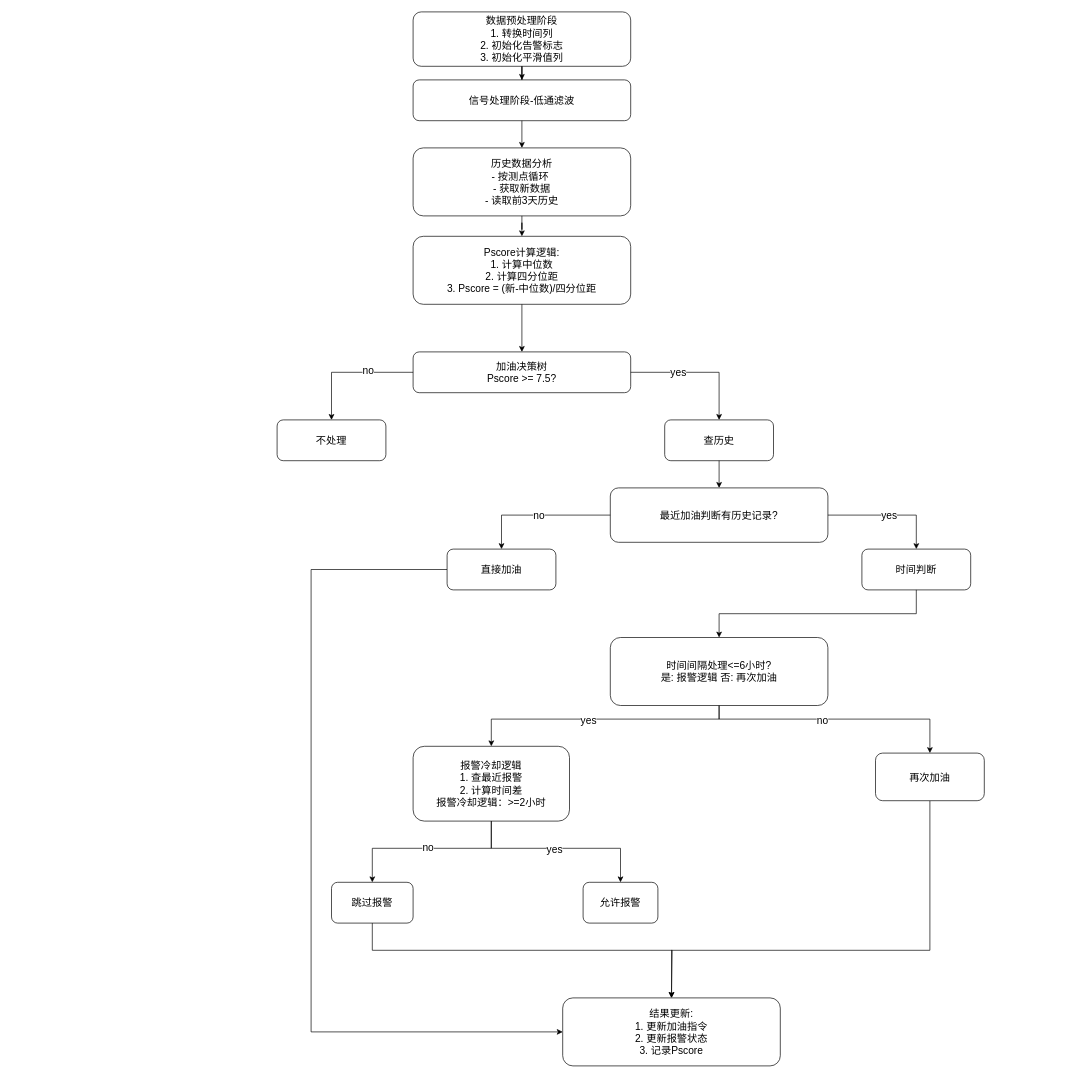
729973389/picture keeps this draw.io diagram as pscore_fuel_decision.drawio. Above is the earlier version. Source tidied: cells renumbered, new cells numbered last; positions are measured from the earlier drawing's top-left corner, leaving out a move shared by most shapes. Both pictures are drawn from the tidied source at 68%, with x=0, y=0 at pixel (277, 12).
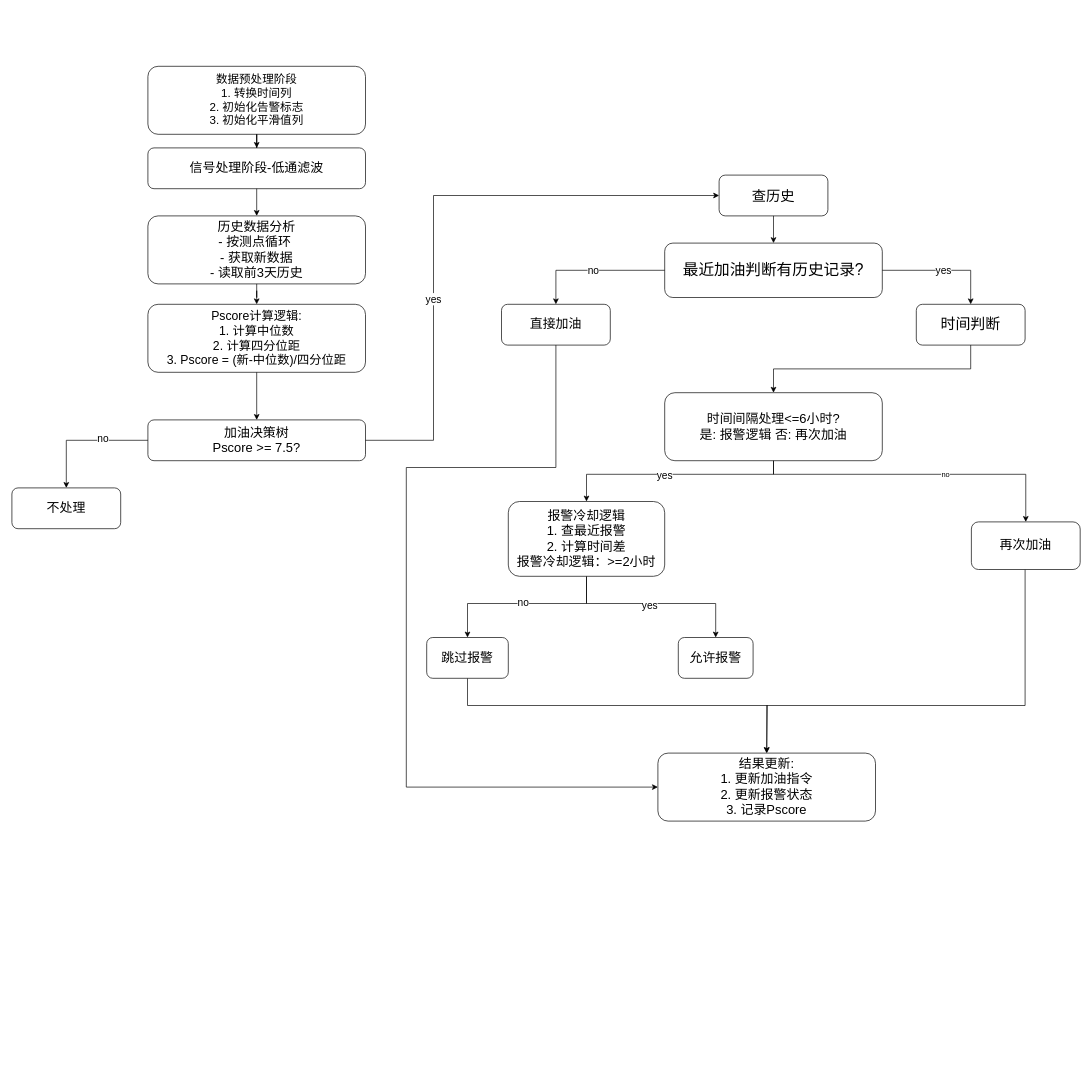
The same page after the edit.

Change to the diagram source:
```diff
@@
-    <mxCell id="2" value="数据预处理阶段&lt;div&gt;1. 转换时间列&lt;/div&gt;&lt;div&gt;2. 初始化告警标志&lt;/div&gt;&lt;div&gt;3. 初始化平滑值列&lt;/div&gt;" style="rounded=1;whiteSpace=wrap;html=1;strokeColor=#000000;fillColor=#FFFFFF;fontSize=15;" parent="1" vertex="1">
-      <mxGeometry x="200" width="320" height="80" as="geometry" />
+    <mxCell id="2" value="数据预处理阶段&lt;div&gt;1. 转换时间列&lt;/div&gt;&lt;div&gt;2. 初始化告警标志&lt;/div&gt;&lt;div&gt;3. 初始化平滑值列&lt;/div&gt;" style="rounded=1;whiteSpace=wrap;html=1;strokeColor=#000000;fillColor=#FFFFFF;fontSize=17;arcSize=15;" parent="1" vertex="1">
+      <mxGeometry x="-190" y="80" width="320" height="100" as="geometry" />
     </mxCell>
-    <mxCell id="3" value="信号处理阶段-低通滤波" style="rounded=1;whiteSpace=wrap;html=1;strokeColor=#000000;fillColor=#FFFFFF;fontSize=15;" parent="1" vertex="1">
-      <mxGeometry x="200" y="100" width="320" height="60" as="geometry" />
+    <mxCell id="3" value="信号处理阶段-低通滤波" style="rounded=1;whiteSpace=wrap;html=1;strokeColor=#000000;fillColor=#FFFFFF;fontSize=19;arcSize=15;" parent="1" vertex="1">
+      <mxGeometry x="-190" y="200" width="320" height="60" as="geometry" />
     </mxCell>
-    <mxCell id="4" value="历史数据分析&lt;div&gt;- 按测点循环&amp;nbsp;&lt;/div&gt;&lt;div&gt;- 获取新数据&lt;/div&gt;&lt;div&gt;- 读取前3天历史&lt;/div&gt;" style="rounded=1;whiteSpace=wrap;html=1;strokeColor=#000000;fillColor=#FFFFFF;fontSize=15;" parent="1" vertex="1">
-      <mxGeometry x="200" y="200" width="320" height="100" as="geometry" />
+    <mxCell id="4" value="历史数据分析&lt;div&gt;- 按测点循环&amp;nbsp;&lt;/div&gt;&lt;div&gt;- 获取新数据&lt;/div&gt;&lt;div&gt;- 读取前3天历史&lt;/div&gt;" style="rounded=1;whiteSpace=wrap;html=1;strokeColor=#000000;fillColor=#FFFFFF;fontSize=19;arcSize=15;" parent="1" vertex="1">
+      <mxGeometry x="-190" y="300" width="320" height="100" as="geometry" />
     </mxCell>
-    <mxCell id="5" value="Pscore计算逻辑:&lt;div&gt;1. 计算中位数&lt;/div&gt;&lt;div&gt;2. 计算四分位距&lt;/div&gt;&lt;div&gt;3. Pscore = (新-中位数)/四分位距&lt;/div&gt;" style="rounded=1;whiteSpace=wrap;html=1;strokeColor=#000000;fillColor=#FFFFFF;fontSize=15;" parent="1" vertex="1">
-      <mxGeometry x="200" y="330" width="320" height="100" as="geometry" />
+    <mxCell id="5" value="Pscore计算逻辑:&lt;div&gt;1. 计算中位数&lt;/div&gt;&lt;div&gt;2. 计算四分位距&lt;/div&gt;&lt;div&gt;3. Pscore = (新-中位数)/四分位距&lt;/div&gt;" style="rounded=1;whiteSpace=wrap;html=1;strokeColor=#000000;fillColor=#FFFFFF;fontSize=18;arcSize=15;" parent="1" vertex="1">
+      <mxGeometry x="-190" y="430" width="320" height="100" as="geometry" />
     </mxCell>
-    <mxCell id="6" value="加油决策树&lt;div&gt;Pscore &amp;gt;= 7.5?&lt;/div&gt;" style="rounded=1;whiteSpace=wrap;html=1;strokeColor=#000000;fillColor=#FFFFFF;fontSize=15;" parent="1" vertex="1">
-      <mxGeometry x="200" y="500" width="320" height="60" as="geometry" />
+    <mxCell id="6" value="加油决策树&lt;div&gt;Pscore &amp;gt;= 7.5?&lt;/div&gt;" style="rounded=1;whiteSpace=wrap;html=1;strokeColor=#000000;fillColor=#FFFFFF;fontSize=19;arcSize=15;" parent="1" vertex="1">
+      <mxGeometry x="-190" y="600" width="320" height="60" as="geometry" />
     </mxCell>
-    <mxCell id="7" value="不处理" style="rounded=1;whiteSpace=wrap;html=1;strokeColor=#000000;fillColor=#FFFFFF;fontSize=15;" parent="1" vertex="1">
-      <mxGeometry y="600" width="160" height="60" as="geometry" />
+    <mxCell id="7" value="不处理" style="rounded=1;whiteSpace=wrap;html=1;strokeColor=#000000;fillColor=#FFFFFF;fontSize=19;arcSize=15;" parent="1" vertex="1">
+      <mxGeometry x="-390" y="700" width="160" height="60" as="geometry" />
     </mxCell>
-    <mxCell id="8" value="查历史" style="rounded=1;whiteSpace=wrap;html=1;strokeColor=#000000;fillColor=#FFFFFF;fontSize=15;" parent="1" vertex="1">
-      <mxGeometry x="570" y="600" width="160" height="60" as="geometry" />
+    <mxCell id="8" value="查历史" style="rounded=1;whiteSpace=wrap;html=1;strokeColor=#000000;fillColor=#FFFFFF;fontSize=21;arcSize=15;" parent="1" vertex="1">
+      <mxGeometry x="650" y="240" width="160" height="60" as="geometry" />
     </mxCell>
-    <mxCell id="9" value="最近加油判断有历史记录?" style="rounded=1;whiteSpace=wrap;html=1;strokeColor=#000000;fillColor=#FFFFFF;fontSize=15;" parent="1" vertex="1">
-      <mxGeometry x="490" y="700" width="320" height="80" as="geometry" />
+    <mxCell id="9" value="最近加油判断有历史记录?" style="rounded=1;whiteSpace=wrap;html=1;strokeColor=#000000;fillColor=#FFFFFF;fontSize=23;arcSize=15;" parent="1" vertex="1">
+      <mxGeometry x="570" y="340" width="320" height="80" as="geometry" />
     </mxCell>
-    <mxCell id="10" style="edgeStyle=orthogonalEdgeStyle;rounded=0;jettySize=auto;html=1;entryX=0;entryY=0.5;entryDx=0;entryDy=0;" parent="1" edge="1" source="11" target="21">
+    <mxCell id="10" style="edgeStyle=orthogonalEdgeStyle;rounded=0;jettySize=auto;html=1;entryX=0;entryY=0.5;entryDx=0;entryDy=0;arcSize=15;" parent="1" edge="1" source="11" target="21">
       <mxGeometry relative="1" as="geometry">
         <Array as="points">
-          <mxPoint x="50" y="820" />
-          <mxPoint x="50" y="1500" />
+          <mxPoint x="410" y="670" />
+          <mxPoint x="190" y="670" />
+          <mxPoint x="190" y="1140" />
         </Array>
       </mxGeometry>
     </mxCell>
-    <mxCell id="11" value="直接加油" style="rounded=1;whiteSpace=wrap;html=1;strokeColor=#000000;fillColor=#FFFFFF;fontSize=15;" parent="1" vertex="1">
-      <mxGeometry x="250" y="790" width="160" height="60" as="geometry" />
+    <mxCell id="11" value="直接加油" style="rounded=1;whiteSpace=wrap;html=1;strokeColor=#000000;fillColor=#FFFFFF;fontSize=19;arcSize=15;" parent="1" vertex="1">
+      <mxGeometry x="330" y="430" width="160" height="60" as="geometry" />
     </mxCell>
-    <mxCell id="12" value="时间判断" style="rounded=1;whiteSpace=wrap;html=1;strokeColor=#000000;fillColor=#FFFFFF;fontSize=15;" parent="1" vertex="1">
-      <mxGeometry x="860" y="790" width="160" height="60" as="geometry" />
+    <mxCell id="12" value="时间判断" style="rounded=1;whiteSpace=wrap;html=1;strokeColor=#000000;fillColor=#FFFFFF;fontSize=22;arcSize=15;" parent="1" vertex="1">
+      <mxGeometry x="940" y="430" width="160" height="60" as="geometry" />
     </mxCell>
     <mxCell id="13" style="edgeStyle=orthogonalEdgeStyle;rounded=0;jettySize=auto;html=1;entryX=0.5;entryY=0;entryDx=0;entryDy=0;" parent="1" edge="1" source="15" target="36">
       <mxGeometry relative="1" as="geometry">
         <Array as="points">
-          <mxPoint x="650" y="1040" />
-          <mxPoint x="960" y="1040" />
+          <mxPoint x="730" y="680" />
+          <mxPoint x="1101" y="680" />
         </Array>
       </mxGeometry>
     </mxCell>
-    <mxCell id="14" value="no" style="edgeLabel;html=1;align=center;verticalAlign=middle;fontSize=15;" parent="13" vertex="1">
-      <mxGeometry x="-0.1" y="-1" relative="1" as="geometry" />
+    <mxCell id="14" value="no" style="edgeLabel;html=1;align=center;verticalAlign=middle;" parent="13" vertex="1">
+      <mxGeometry x="0.18" relative="1" as="geometry" />
     </mxCell>
-    <mxCell id="15" value="时间间隔处理&amp;lt;=6小时?&lt;div&gt;是: 报警逻辑   否: 再次加油&lt;/div&gt;" style="rounded=1;whiteSpace=wrap;html=1;strokeColor=#000000;fillColor=#FFFFFF;fontSize=15;" parent="1" vertex="1">
-      <mxGeometry x="490" y="920" width="320" height="100" as="geometry" />
+    <mxCell id="15" value="时间间隔处理&amp;lt;=6小时?&lt;div&gt;是: 报警逻辑   否: 再次加油&lt;/div&gt;" style="rounded=1;whiteSpace=wrap;html=1;strokeColor=#000000;fillColor=#FFFFFF;fontSize=19;arcSize=15;" parent="1" vertex="1">
+      <mxGeometry x="570" y="560" width="320" height="100" as="geometry" />
     </mxCell>
-    <mxCell id="16" style="edgeStyle=orthogonalEdgeStyle;rounded=0;jettySize=auto;html=1;entryX=0.5;entryY=0;entryDx=0;entryDy=0;" parent="1" edge="1" source="20" target="38">
+    <mxCell id="16" style="edgeStyle=orthogonalEdgeStyle;rounded=0;jettySize=auto;html=1;entryX=0.5;entryY=0;entryDx=0;entryDy=0;arcSize=15;" parent="1" edge="1" source="20" target="38">
       <mxGeometry relative="1" as="geometry">
         <Array as="points">
-          <mxPoint x="315" y="1230" />
-          <mxPoint x="140" y="1230" />
+          <mxPoint x="455" y="870" />
+          <mxPoint x="280" y="870" />
         </Array>
       </mxGeometry>
     </mxCell>
-    <mxCell id="17" value="no" style="edgeLabel;html=1;align=center;verticalAlign=middle;fontSize=15;" parent="16" vertex="1">
+    <mxCell id="17" value="no" style="edgeLabel;html=1;align=center;verticalAlign=middle;fontSize=15;arcSize=15;" parent="16" vertex="1">
       <mxGeometry x="0.01" y="-3" relative="1" as="geometry" />
     </mxCell>
-    <mxCell id="18" style="edgeStyle=orthogonalEdgeStyle;rounded=0;jettySize=auto;html=1;entryX=0.5;entryY=0;entryDx=0;entryDy=0;" parent="1" edge="1" source="20" target="39">
+    <mxCell id="18" style="edgeStyle=orthogonalEdgeStyle;rounded=0;jettySize=auto;html=1;entryX=0.5;entryY=0;entryDx=0;entryDy=0;arcSize=15;" parent="1" edge="1" source="20" target="39">
       <mxGeometry relative="1" as="geometry">
         <Array as="points">
-          <mxPoint x="315" y="1230" />
-          <mxPoint x="505" y="1230" />
+          <mxPoint x="455" y="870" />
+          <mxPoint x="645" y="870" />
         </Array>
       </mxGeometry>
     </mxCell>
-    <mxCell id="19" value="yes" style="edgeLabel;html=1;align=center;verticalAlign=middle;fontSize=15;" parent="18" vertex="1">
+    <mxCell id="19" value="yes" style="edgeLabel;html=1;align=center;verticalAlign=middle;fontSize=15;arcSize=15;" parent="18" vertex="1">
       <mxGeometry x="-0.06" y="-1" relative="1" as="geometry" />
     </mxCell>
-    <mxCell id="20" value="报警冷却逻辑&lt;div&gt;1. 查最近报警&lt;/div&gt;&lt;div&gt;2. 计算时间差&lt;/div&gt;&lt;div&gt;报警冷却逻辑：&lt;span style=&quot;background-color: transparent; color: light-dark(rgb(0, 0, 0), rgb(255, 255, 255));&quot;&gt;&amp;gt;=2小时&lt;/span&gt;&lt;/div&gt;" style="rounded=1;whiteSpace=wrap;html=1;strokeColor=#000000;fillColor=#FFFFFF;fontSize=15;" parent="1" vertex="1">
-      <mxGeometry x="200" y="1080" width="230" height="110" as="geometry" />
+    <mxCell id="20" value="报警冷却逻辑&lt;div&gt;1. 查最近报警&lt;/div&gt;&lt;div&gt;2. 计算时间差&lt;/div&gt;&lt;div&gt;报警冷却逻辑：&lt;span style=&quot;background-color: transparent; color: light-dark(rgb(0, 0, 0), rgb(255, 255, 255));&quot;&gt;&amp;gt;=2小时&lt;/span&gt;&lt;/div&gt;" style="rounded=1;whiteSpace=wrap;html=1;strokeColor=#000000;fillColor=#FFFFFF;fontSize=19;arcSize=15;" parent="1" vertex="1">
+      <mxGeometry x="340" y="720" width="230" height="110" as="geometry" />
     </mxCell>
-    <mxCell id="21" value="结果更新:&lt;div&gt;1. 更新加油指令&lt;div&gt;2. 更新报警状态&lt;/div&gt;&lt;div&gt;3. 记录Pscore&lt;/div&gt;&lt;/div&gt;" style="rounded=1;whiteSpace=wrap;html=1;strokeColor=#000000;fillColor=#FFFFFF;fontSize=15;" parent="1" vertex="1">
-      <mxGeometry x="420" y="1450" width="320" height="100" as="geometry" />
+    <mxCell id="21" value="结果更新:&lt;div&gt;1. 更新加油指令&lt;div&gt;2. 更新报警状态&lt;/div&gt;&lt;div&gt;3. 记录Pscore&lt;/div&gt;&lt;/div&gt;" style="rounded=1;whiteSpace=wrap;html=1;strokeColor=#000000;fillColor=#FFFFFF;fontSize=19;arcSize=15;" parent="1" vertex="1">
+      <mxGeometry x="560" y="1090" width="320" height="100" as="geometry" />
     </mxCell>
-    <mxCell id="22" style="edgeStyle=orthogonalEdgeStyle;rounded=0;jettySize=auto;html=1;fontSize=15;" parent="1" edge="1" source="2" target="3">
+    <mxCell id="22" style="edgeStyle=orthogonalEdgeStyle;rounded=0;jettySize=auto;html=1;fontSize=15;arcSize=15;" parent="1" edge="1" source="2" target="3">
       <mxGeometry relative="1" as="geometry" />
     </mxCell>
-    <mxCell id="23" style="edgeStyle=orthogonalEdgeStyle;rounded=0;jettySize=auto;html=1;fontSize=15;" parent="1" edge="1" source="3" target="4">
+    <mxCell id="23" style="edgeStyle=orthogonalEdgeStyle;rounded=0;jettySize=auto;html=1;fontSize=15;arcSize=15;" parent="1" edge="1" source="3" target="4">
       <mxGeometry relative="1" as="geometry" />
     </mxCell>
-    <mxCell id="24" style="edgeStyle=orthogonalEdgeStyle;rounded=0;jettySize=auto;html=1;fontSize=15;" parent="1" edge="1" source="4" target="5">
+    <mxCell id="24" style="edgeStyle=orthogonalEdgeStyle;rounded=0;jettySize=auto;html=1;fontSize=15;arcSize=15;" parent="1" edge="1" source="4" target="5">
       <mxGeometry relative="1" as="geometry" />
     </mxCell>
-    <mxCell id="25" style="edgeStyle=orthogonalEdgeStyle;rounded=0;jettySize=auto;html=1;fontSize=15;" parent="1" edge="1" source="5" target="6">
+    <mxCell id="25" style="edgeStyle=orthogonalEdgeStyle;rounded=0;jettySize=auto;html=1;fontSize=15;arcSize=15;" parent="1" edge="1" source="5" target="6">
       <mxGeometry relative="1" as="geometry" />
     </mxCell>
-    <mxCell id="26" style="edgeStyle=orthogonalEdgeStyle;rounded=0;jettySize=auto;html=1;fontSize=15;" parent="1" edge="1" source="6" target="7">
+    <mxCell id="26" style="edgeStyle=orthogonalEdgeStyle;rounded=0;jettySize=auto;html=1;fontSize=15;arcSize=15;" parent="1" edge="1" source="6" target="7">
       <mxGeometry relative="1" as="geometry" />
     </mxCell>
-    <mxCell id="27" value="no" style="edgeLabel;html=1;align=center;verticalAlign=middle;fontSize=15;" parent="26" vertex="1">
+    <mxCell id="27" value="no" style="edgeLabel;html=1;align=center;verticalAlign=middle;fontSize=15;arcSize=15;" parent="26" vertex="1">
       <mxGeometry x="-0.29" y="-4" relative="1" as="geometry" />
     </mxCell>
-    <mxCell id="28" value="yes" style="edgeStyle=orthogonalEdgeStyle;rounded=0;jettySize=auto;html=1;exitX=1;exitY=0.5;exitDx=0;exitDy=0;fontSize=15;" parent="1" edge="1" source="6" target="8">
-      <mxGeometry x="-0.3" relative="1" as="geometry" />
+    <mxCell id="28" value="yes" style="edgeStyle=orthogonalEdgeStyle;rounded=0;jettySize=auto;html=1;exitX=1;exitY=0.5;exitDx=0;exitDy=0;fontSize=15;arcSize=15;" parent="1" edge="1" source="6" target="8">
+      <mxGeometry x="-0.3" relative="1" as="geometry">
+        <Array as="points">
+          <mxPoint x="230" y="630" />
+          <mxPoint x="230" y="270" />
+        </Array>
+      </mxGeometry>
     </mxCell>
-    <mxCell id="29" style="edgeStyle=orthogonalEdgeStyle;rounded=0;jettySize=auto;html=1;fontSize=15;" parent="1" edge="1" source="8" target="9">
+    <mxCell id="29" style="edgeStyle=orthogonalEdgeStyle;rounded=0;jettySize=auto;html=1;fontSize=15;arcSize=15;" parent="1" edge="1" source="8" target="9">
       <mxGeometry relative="1" as="geometry" />
     </mxCell>
-    <mxCell id="30" value="&lt;font&gt;no&lt;/font&gt;" style="edgeStyle=orthogonalEdgeStyle;rounded=0;jettySize=auto;html=1;fontSize=15;" parent="1" edge="1" source="9" target="11">
+    <mxCell id="30" value="&lt;font&gt;no&lt;/font&gt;" style="edgeStyle=orthogonalEdgeStyle;rounded=0;jettySize=auto;html=1;fontSize=15;arcSize=15;" parent="1" edge="1" source="9" target="11">
       <mxGeometry relative="1" as="geometry" />
     </mxCell>
-    <mxCell id="31" value="&lt;font&gt;yes&lt;/font&gt;" style="edgeStyle=orthogonalEdgeStyle;rounded=0;jettySize=auto;html=1;fontSize=15;" parent="1" edge="1" source="9" target="12">
+    <mxCell id="31" value="&lt;font&gt;yes&lt;/font&gt;" style="edgeStyle=orthogonalEdgeStyle;rounded=0;jettySize=auto;html=1;fontSize=15;arcSize=15;" parent="1" edge="1" source="9" target="12">
       <mxGeometry relative="1" as="geometry" />
     </mxCell>
-    <mxCell id="32" style="edgeStyle=orthogonalEdgeStyle;rounded=0;jettySize=auto;html=1;exitX=0.5;exitY=1;exitDx=0;exitDy=0;fontSize=15;" parent="1" edge="1" source="12" target="15">
+    <mxCell id="32" style="edgeStyle=orthogonalEdgeStyle;rounded=0;jettySize=auto;html=1;exitX=0.5;exitY=1;exitDx=0;exitDy=0;fontSize=15;arcSize=15;" parent="1" edge="1" source="12" target="15">
       <mxGeometry relative="1" as="geometry" />
     </mxCell>
-    <mxCell id="33" style="edgeStyle=orthogonalEdgeStyle;rounded=0;jettySize=auto;html=1;fontSize=15;" parent="1" edge="1" source="15" target="20">
+    <mxCell id="33" style="edgeStyle=orthogonalEdgeStyle;rounded=0;jettySize=auto;html=1;fontSize=15;arcSize=15;" parent="1" edge="1" source="15" target="20">
       <mxGeometry relative="1" as="geometry">
         <Array as="points">
-          <mxPoint x="650" y="1040" />
-          <mxPoint x="315" y="1040" />
+          <mxPoint x="730" y="680" />
+          <mxPoint x="455" y="680" />
         </Array>
       </mxGeometry>
     </mxCell>
-    <mxCell id="34" value="yes" style="edgeLabel;html=1;align=center;verticalAlign=middle;fontSize=15;" parent="33" vertex="1">
+    <mxCell id="34" value="yes" style="edgeLabel;html=1;align=center;verticalAlign=middle;fontSize=15;arcSize=15;" parent="33" vertex="1">
       <mxGeometry x="0.08" y="1" relative="1" as="geometry" />
     </mxCell>
-    <mxCell id="35" style="edgeStyle=orthogonalEdgeStyle;rounded=0;jettySize=auto;html=1;entryX=0.5;entryY=0;entryDx=0;entryDy=0;" parent="1" edge="1" source="36" target="21">
+    <mxCell id="35" style="edgeStyle=orthogonalEdgeStyle;rounded=0;jettySize=auto;html=1;entryX=0.5;entryY=0;entryDx=0;entryDy=0;arcSize=15;" parent="1" edge="1" source="36" target="21">
       <mxGeometry relative="1" as="geometry">
         <Array as="points">
-          <mxPoint x="960" y="1380" />
-          <mxPoint x="580" y="1380" />
+          <mxPoint x="1100" y="1020" />
+          <mxPoint x="720" y="1020" />
         </Array>
       </mxGeometry>
     </mxCell>
-    <mxCell id="36" value="再次加油" style="rounded=1;whiteSpace=wrap;html=1;strokeColor=#000000;fillColor=#FFFFFF;fontSize=15;" parent="1" vertex="1">
-      <mxGeometry x="880" y="1090" width="160" height="70" as="geometry" />
+    <mxCell id="36" value="再次加油" style="rounded=1;whiteSpace=wrap;html=1;strokeColor=#000000;fillColor=#FFFFFF;fontSize=19;arcSize=15;" parent="1" vertex="1">
+      <mxGeometry x="1021" y="750" width="160" height="70" as="geometry" />
     </mxCell>
-    <mxCell id="37" style="edgeStyle=orthogonalEdgeStyle;rounded=0;jettySize=auto;html=1;" parent="1" edge="1" source="38">
+    <mxCell id="37" style="edgeStyle=orthogonalEdgeStyle;rounded=0;jettySize=auto;html=1;arcSize=15;" parent="1" edge="1" source="38">
       <mxGeometry relative="1" as="geometry">
-        <mxPoint x="580" y="1450" as="targetPoint" />
+        <mxPoint x="720" y="1090" as="targetPoint" />
         <Array as="points">
-          <mxPoint x="140" y="1380" />
-          <mxPoint x="581" y="1380" />
+          <mxPoint x="280" y="1020" />
+          <mxPoint x="721" y="1020" />
         </Array>
       </mxGeometry>
     </mxCell>
-    <mxCell id="38" value="跳过报警" style="rounded=1;whiteSpace=wrap;html=1;strokeColor=#000000;fillColor=#FFFFFF;fontSize=15;" parent="1" vertex="1">
-      <mxGeometry x="80" y="1280" width="120" height="60" as="geometry" />
+    <mxCell id="38" value="跳过报警" style="rounded=1;whiteSpace=wrap;html=1;strokeColor=#000000;fillColor=#FFFFFF;fontSize=19;arcSize=15;" parent="1" vertex="1">
+      <mxGeometry x="220" y="920" width="120" height="60" as="geometry" />
     </mxCell>
-    <mxCell id="39" value="允许报警" style="rounded=1;whiteSpace=wrap;html=1;strokeColor=#000000;fillColor=#FFFFFF;fontSize=15;" parent="1" vertex="1">
-      <mxGeometry x="450" y="1280" width="110" height="60" as="geometry" />
+    <mxCell id="39" value="允许报警" style="rounded=1;whiteSpace=wrap;html=1;strokeColor=#000000;fillColor=#FFFFFF;fontSize=19;arcSize=15;" parent="1" vertex="1">
+      <mxGeometry x="590" y="920" width="110" height="60" as="geometry" />
     </mxCell>
```
